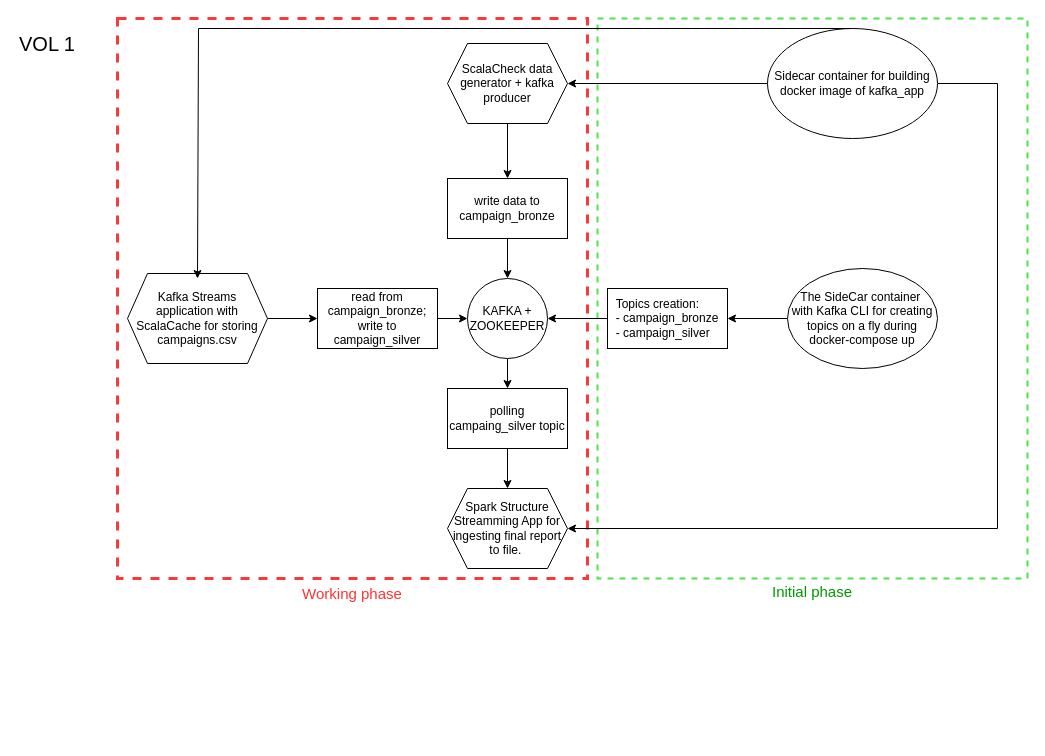
toshhorosh/bigdata_challenge keeps this draw.io diagram as diagram.drawio. Above is the earlier version. Source tidied: cells renumbered, new cells numbered last; positions are measured from the earlier drawing's top-left corner, leaving out a move shared by most shapes. Both pictures are drawn from the tidied source at 100%, with x=0, y=0 at pixel (17, 18).
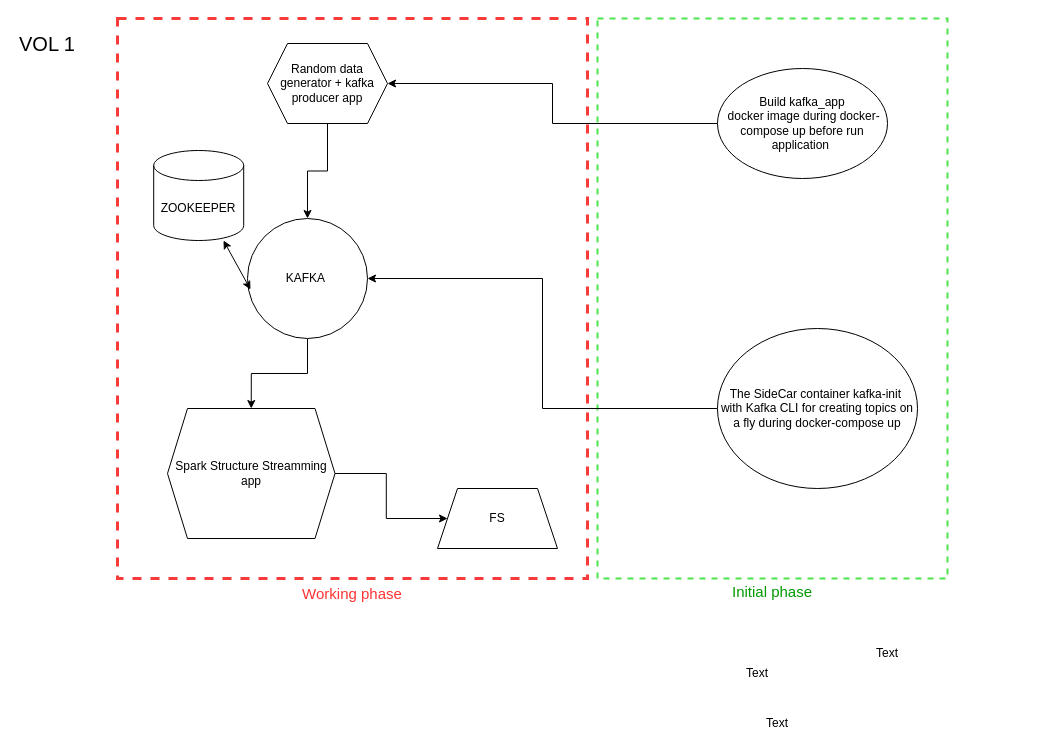
The same page after the edit.

What changed in the source:
```diff
@@
     <mxCell id="2" value="Initial phase&lt;div style=&quot;text-align: justify; font-size: 15px;&quot;&gt;&lt;/div&gt;" style="rounded=0;html=1;fillStyle=dots;fillColor=none;strokeColor=#4ee44e;dashed=1;fontColor=#009900;strokeWidth=2;align=center;verticalAlign=top;labelPosition=center;verticalLabelPosition=bottom;fontSize=15;spacing=0;whiteSpace=wrap;labelBorderColor=none;" parent="1" vertex="1">
-      <mxGeometry x="580" width="430" height="560" as="geometry" />
+      <mxGeometry x="580" width="350" height="560" as="geometry" />
     </mxCell>
@@
-    <mxCell id="4" style="edgeStyle=orthogonalEdgeStyle;rounded=0;jettySize=auto;html=1;" parent="1" edge="1" source="5" target="20">
-      <mxGeometry relative="1" as="geometry" />
-    </mxCell>
+    <mxCell id="26" style="edgeStyle=orthogonalEdgeStyle;rounded=0;jettySize=auto;html=1;entryX=0.5;entryY=0;entryDx=0;entryDy=0;" parent="1" edge="1" source="5" target="10">
+      <mxGeometry relative="1" as="geometry" />
+    </mxCell>
-    <mxCell id="5" value="KAFKA + ZOOKEEPER" style="ellipse;whiteSpace=wrap;html=1;" parent="1" vertex="1">
-      <mxGeometry x="450" y="260" width="80" height="80" as="geometry" />
+    <mxCell id="5" value="KAFKA&amp;nbsp;" style="ellipse;whiteSpace=wrap;html=1;" parent="1" vertex="1">
+      <mxGeometry x="230" y="200" width="120" height="120" as="geometry" />
     </mxCell>
-    <mxCell id="6" style="edgeStyle=orthogonalEdgeStyle;rounded=0;jettySize=auto;html=1;" parent="1" edge="1" source="7" target="5">
-      <mxGeometry relative="1" as="geometry" />
-    </mxCell>
-    <mxCell id="7" value="&lt;div style=&quot;text-align: left;&quot;&gt;&lt;span style=&quot;background-color: initial;&quot;&gt;Topics creation:&lt;/span&gt;&lt;/div&gt;&lt;div style=&quot;text-align: left;&quot;&gt;&lt;span style=&quot;background-color: initial;&quot;&gt;- campaign_bronze&lt;/span&gt;&lt;/div&gt;&lt;div style=&quot;text-align: left;&quot;&gt;&lt;span style=&quot;background-color: initial;&quot;&gt;- campaign_silver&lt;/span&gt;&lt;/div&gt;" style="rounded=0;whiteSpace=wrap;html=1;" parent="1" vertex="1">
-      <mxGeometry x="590" y="270" width="120" height="60" as="geometry" />
-    </mxCell>
-    <mxCell id="8" style="edgeStyle=orthogonalEdgeStyle;rounded=0;jettySize=auto;html=1;" parent="1" edge="1" source="9" target="7">
-      <mxGeometry relative="1" as="geometry" />
-    </mxCell>
+    <mxCell id="27" style="edgeStyle=orthogonalEdgeStyle;rounded=0;jettySize=auto;html=1;entryX=1;entryY=0.5;entryDx=0;entryDy=0;" parent="1" edge="1" source="9" target="5">
+      <mxGeometry relative="1" as="geometry" />
+    </mxCell>
-    <mxCell id="9" value="The SideCar container&amp;nbsp;&lt;br&gt;with Kafka CLI for creating topics on a fly during docker-compose up" style="ellipse;whiteSpace=wrap;html=1;" parent="1" vertex="1">
-      <mxGeometry x="770" y="250" width="150" height="100" as="geometry" />
+    <mxCell id="9" value="The SideCar container kafka-init&amp;nbsp;&lt;br&gt;with Kafka CLI for creating topics on a fly during docker-compose up" style="ellipse;whiteSpace=wrap;html=1;" parent="1" vertex="1">
+      <mxGeometry x="700" y="310" width="200" height="160" as="geometry" />
     </mxCell>
+    <mxCell id="28" style="edgeStyle=orthogonalEdgeStyle;rounded=0;jettySize=auto;html=1;" parent="1" edge="1" source="10" target="36">
+      <mxGeometry relative="1" as="geometry" />
+    </mxCell>
-    <mxCell id="10" value="Spark Structure Streamming App for ingesting final report to file.&amp;nbsp;" style="shape=hexagon;perimeter=hexagonPerimeter2;whiteSpace=wrap;html=1;fixedSize=1;" parent="1" vertex="1">
-      <mxGeometry x="430" y="470" width="120" height="80" as="geometry" />
+    <mxCell id="10" value="Spark Structure Streamming app" style="shape=hexagon;perimeter=hexagonPerimeter2;whiteSpace=wrap;html=1;fixedSize=1;" parent="1" vertex="1">
+      <mxGeometry x="150" y="390" width="167.5" height="130" as="geometry" />
     </mxCell>
-    <mxCell id="11" style="edgeStyle=orthogonalEdgeStyle;rounded=0;jettySize=auto;html=1;" parent="1" edge="1" source="12" target="18">
-      <mxGeometry relative="1" as="geometry" />
-    </mxCell>
-    <mxCell id="12" value="Kafka Streams application with ScalaCache for storing campaigns.csv" style="shape=hexagon;perimeter=hexagonPerimeter2;whiteSpace=wrap;html=1;fixedSize=1;" parent="1" vertex="1">
-      <mxGeometry x="110" y="255" width="140" height="90" as="geometry" />
-    </mxCell>
-    <mxCell id="13" style="edgeStyle=orthogonalEdgeStyle;rounded=0;jettySize=auto;html=1;" parent="1" edge="1" source="14" target="16">
+    <mxCell id="13" style="edgeStyle=orthogonalEdgeStyle;rounded=0;jettySize=auto;html=1;entryX=0.5;entryY=0;entryDx=0;entryDy=0;" parent="1" edge="1" source="14" target="5">
       <mxGeometry relative="1" as="geometry" />
     </mxCell>
-    <mxCell id="14" value="ScalaCheck data generator + kafka producer" style="shape=hexagon;perimeter=hexagonPerimeter2;whiteSpace=wrap;html=1;fixedSize=1;" parent="1" vertex="1">
-      <mxGeometry x="430" y="25" width="120" height="80" as="geometry" />
+    <mxCell id="14" value="Random data generator + kafka producer app" style="shape=hexagon;perimeter=hexagonPerimeter2;whiteSpace=wrap;html=1;fixedSize=1;" parent="1" vertex="1">
+      <mxGeometry x="250" y="25" width="120" height="80" as="geometry" />
     </mxCell>
-    <mxCell id="15" style="edgeStyle=orthogonalEdgeStyle;rounded=0;jettySize=auto;html=1;" parent="1" edge="1" source="16" target="5">
-      <mxGeometry relative="1" as="geometry" />
-    </mxCell>
-    <mxCell id="16" value="write data to campaign_bronze" style="rounded=0;whiteSpace=wrap;html=1;" parent="1" vertex="1">
-      <mxGeometry x="430" y="160" width="120" height="60" as="geometry" />
-    </mxCell>
-    <mxCell id="17" style="edgeStyle=orthogonalEdgeStyle;rounded=0;jettySize=auto;html=1;" parent="1" edge="1" source="18" target="5">
-      <mxGeometry relative="1" as="geometry" />
-    </mxCell>
-    <mxCell id="18" value="read from campaign_bronze;&lt;br&gt;write to campaign_silver" style="rounded=0;whiteSpace=wrap;html=1;" parent="1" vertex="1">
-      <mxGeometry x="300" y="270" width="120" height="60" as="geometry" />
-    </mxCell>
-    <mxCell id="19" style="edgeStyle=orthogonalEdgeStyle;rounded=0;jettySize=auto;html=1;" parent="1" edge="1" source="20" target="10">
-      <mxGeometry relative="1" as="geometry" />
-    </mxCell>
-    <mxCell id="20" value="polling campaing_silver topic" style="rounded=0;whiteSpace=wrap;html=1;" parent="1" vertex="1">
-      <mxGeometry x="430" y="370" width="120" height="60" as="geometry" />
-    </mxCell>
-    <mxCell id="21" style="edgeStyle=orthogonalEdgeStyle;rounded=0;jettySize=auto;html=1;" parent="1" edge="1" source="23" target="14">
-      <mxGeometry relative="1" as="geometry" />
-    </mxCell>
-    <mxCell id="22" style="edgeStyle=orthogonalEdgeStyle;rounded=0;jettySize=auto;html=1;entryX=1;entryY=0.5;entryDx=0;entryDy=0;exitX=1;exitY=0.5;exitDx=0;exitDy=0;" parent="1" edge="1" source="23" target="10">
-      <mxGeometry relative="1" as="geometry">
-        <Array as="points">
-          <mxPoint x="980" y="65" />
-          <mxPoint x="980" y="510" />
-        </Array>
-      </mxGeometry>
-    </mxCell>
-    <mxCell id="23" value="Sidecar container for building docker image of kafka_app" style="ellipse;whiteSpace=wrap;html=1;" parent="1" vertex="1">
-      <mxGeometry x="750" y="10" width="170" height="110" as="geometry" />
-    </mxCell>
-    <mxCell id="24" style="edgeStyle=orthogonalEdgeStyle;rounded=0;jettySize=auto;html=1;exitX=0.5;exitY=0;exitDx=0;exitDy=0;" parent="1" edge="1" source="23">
-      <mxGeometry relative="1" as="geometry">
-        <mxPoint x="180" y="260" as="targetPoint" />
-        <Array as="points">
-          <mxPoint x="181" y="10" />
-        </Array>
-      </mxGeometry>
-    </mxCell>
@@
+    <mxCell id="29" style="edgeStyle=orthogonalEdgeStyle;rounded=0;jettySize=auto;html=1;entryX=1;entryY=0.5;entryDx=0;entryDy=0;" parent="1" edge="1" source="30" target="14">
+      <mxGeometry relative="1" as="geometry" />
+    </mxCell>
+    <mxCell id="30" value="&amp;nbsp;Build kafka_app&amp;nbsp;&lt;br&gt;&amp;nbsp;docker image during docker-compose up before run application&amp;nbsp;" style="ellipse;whiteSpace=wrap;html=1;" parent="1" vertex="1">
+      <mxGeometry x="700" y="50" width="170" height="110" as="geometry" />
+    </mxCell>
+    <mxCell id="31" value="Text" style="text;strokeColor=none;align=center;fillColor=none;html=1;verticalAlign=middle;whiteSpace=wrap;rounded=0;" parent="1" vertex="1">
+      <mxGeometry x="730" y="690" width="60" height="30" as="geometry" />
+    </mxCell>
+    <mxCell id="32" value="Text" style="text;strokeColor=none;align=center;fillColor=none;html=1;verticalAlign=middle;whiteSpace=wrap;rounded=0;" parent="1" vertex="1">
+      <mxGeometry x="840" y="620" width="60" height="30" as="geometry" />
+    </mxCell>
+    <mxCell id="33" value="ZOOKEEPER" style="shape=cylinder3;whiteSpace=wrap;html=1;boundedLbl=1;backgroundOutline=1;size=15;" parent="1" vertex="1">
+      <mxGeometry x="136.2" y="132" width="90" height="90" as="geometry" />
+    </mxCell>
+    <mxCell id="34" value="Text" style="text;strokeColor=none;align=center;fillColor=none;html=1;verticalAlign=middle;whiteSpace=wrap;rounded=0;" parent="1" vertex="1">
+      <mxGeometry x="710" y="640" width="60" height="30" as="geometry" />
+    </mxCell>
+    <mxCell id="35" style="endArrow=classic;startArrow=classic;html=1;rounded=0;exitX=0.025;exitY=0.592;exitDx=0;exitDy=0;exitPerimeter=0;" parent="1" edge="1" source="5" target="33">
+      <mxGeometry relative="1" as="geometry" />
+    </mxCell>
+    <mxCell id="36" value="FS" style="shape=trapezoid;perimeter=trapezoidPerimeter;whiteSpace=wrap;html=1;fixedSize=1;" parent="1" vertex="1">
+      <mxGeometry x="420" y="470" width="120" height="60" as="geometry" />
+    </mxCell>
```
